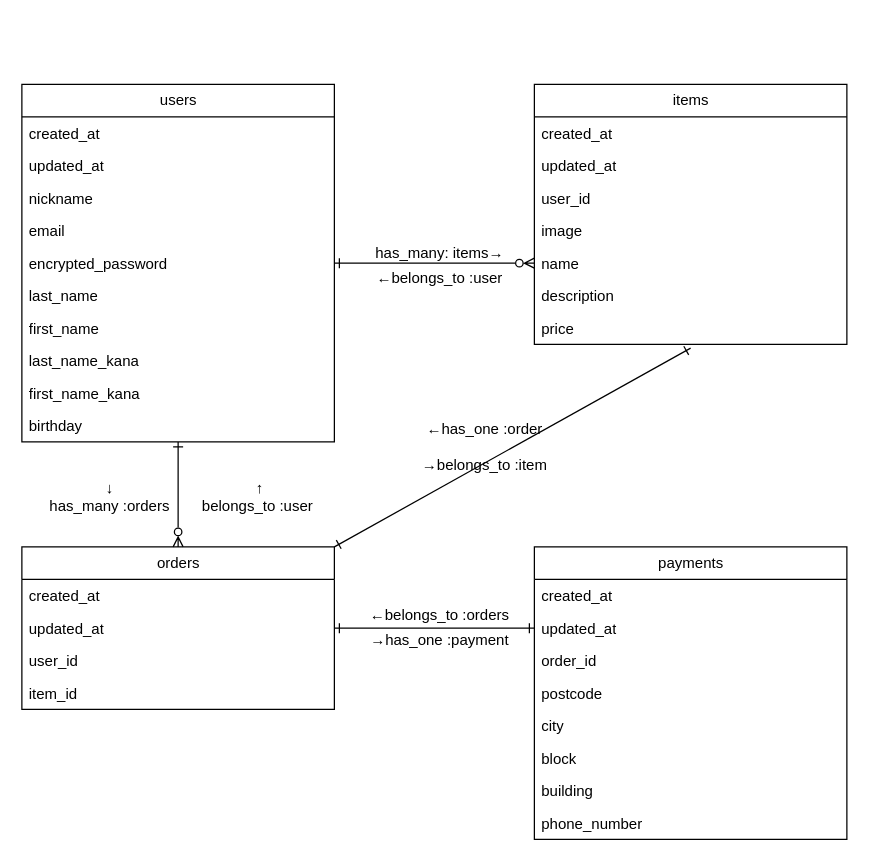
Before: er.dio in ryuseinii/furima-39473, a draw.io diagram. Source tidied: cells renumbered, new cells numbered last; positions are measured from the earlier drawing's top-left corner, leaving out a move shared by most shapes. Both pictures are drawn from the tidied source at 125%, with x=0, y=0 at pixel (21, 84).
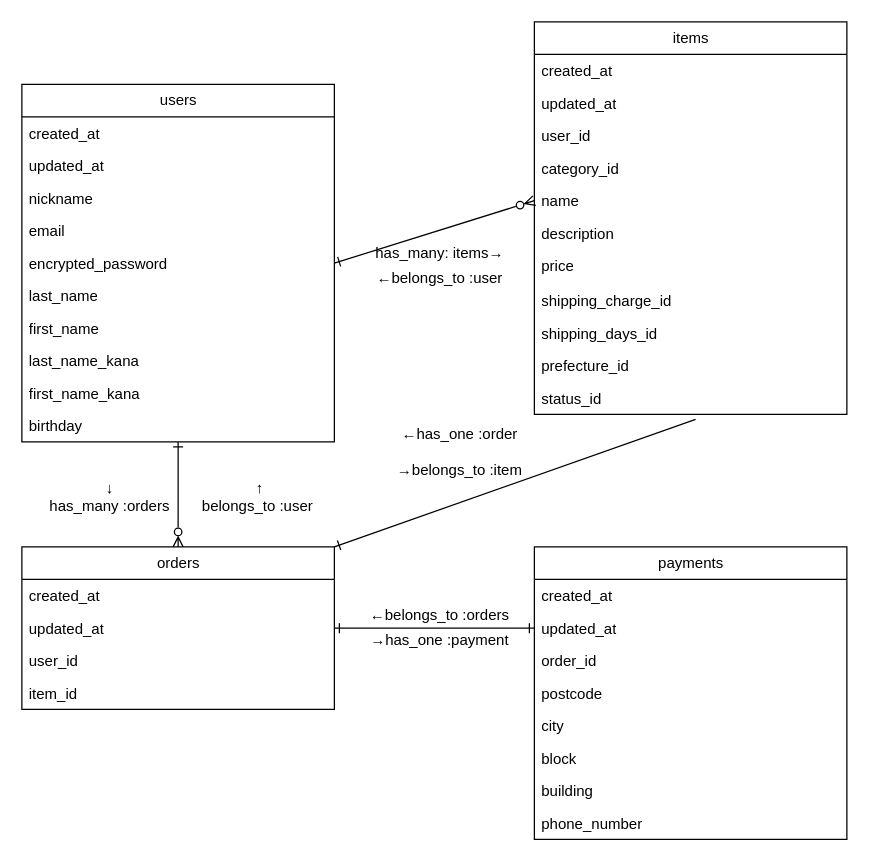
The same diagram, later.

Commit message (it also covers changes not shown here):
データベース設計

指摘内容修正①

Unchanged cells that the change refers to:
```xml
<mxCell id="24" value="orders" style="swimlane;fontStyle=0;horizontal=1;startSize=26;fillColor=none;html=1;" parent="1" vertex="1">
  <mxGeometry y="370" width="250" height="130" as="geometry" />
</mxCell>
```

The edit, as a diff of the source:
```diff
@@
     <mxCell id="14" value="items" style="swimlane;fontStyle=0;horizontal=1;startSize=26;fillColor=none;html=1;" parent="1" vertex="1">
-      <mxGeometry x="410" width="250" height="208" as="geometry" />
+      <mxGeometry x="410" y="-50" width="250" height="314" as="geometry" />
     </mxCell>
@@
-    <mxCell id="18" value="image" style="text;strokeColor=none;fillColor=none;align=left;verticalAlign=top;spacingLeft=4;spacingRight=4;overflow=hidden;whiteSpace=wrap;html=1;" parent="14" vertex="1">
+    <mxCell id="18" value="category_id" style="text;strokeColor=none;fillColor=none;align=left;verticalAlign=top;spacingLeft=4;spacingRight=4;overflow=hidden;whiteSpace=wrap;html=1;" parent="14" vertex="1">
       <mxGeometry y="104" width="250" height="26" as="geometry" />
     </mxCell>
@@
     <mxCell id="21" value="price" style="text;strokeColor=none;fillColor=none;align=left;verticalAlign=top;spacingLeft=4;spacingRight=4;overflow=hidden;points=[[0,0.5],[1,0.5]];portConstraint=eastwest;whiteSpace=wrap;html=1;" parent="14" vertex="1">
-      <mxGeometry y="182" width="250" height="26" as="geometry" />
+      <mxGeometry y="182" width="250" height="28" as="geometry" />
     </mxCell>
+    <mxCell id="46" value="shipping_charge_id" style="text;strokeColor=none;fillColor=none;align=left;verticalAlign=top;spacingLeft=4;spacingRight=4;overflow=hidden;whiteSpace=wrap;html=1;" parent="14" vertex="1">
+      <mxGeometry y="210" width="250" height="26" as="geometry" />
+    </mxCell>
+    <mxCell id="47" value="shipping_days_id" style="text;strokeColor=none;fillColor=none;align=left;verticalAlign=top;spacingLeft=4;spacingRight=4;overflow=hidden;whiteSpace=wrap;html=1;" parent="14" vertex="1">
+      <mxGeometry y="236" width="250" height="26" as="geometry" />
+    </mxCell>
+    <mxCell id="48" value="prefecture_id" style="text;strokeColor=none;fillColor=none;align=left;verticalAlign=top;spacingLeft=4;spacingRight=4;overflow=hidden;whiteSpace=wrap;html=1;" parent="14" vertex="1">
+      <mxGeometry y="262" width="250" height="26" as="geometry" />
+    </mxCell>
+    <mxCell id="49" value="status_id" style="text;strokeColor=none;fillColor=none;align=left;verticalAlign=top;spacingLeft=4;spacingRight=4;overflow=hidden;points=[[0,0.5],[1,0.5]];portConstraint=eastwest;whiteSpace=wrap;html=1;" parent="14" vertex="1">
+      <mxGeometry y="288" width="250" height="26" as="geometry" />
+    </mxCell>
@@
-    <mxCell id="23" style="edgeStyle=none;html=1;exitX=1;exitY=0;exitDx=0;exitDy=0;entryX=0.5;entryY=1.115;entryDx=0;entryDy=0;entryPerimeter=0;startArrow=ERone;startFill=0;endArrow=ERone;endFill=0;" parent="1" edge="1" source="24" target="21">
-      <mxGeometry relative="1" as="geometry" />
-    </mxCell>
@@
     <mxCell id="43" value="←has_one :order&lt;br&gt;&lt;br&gt;→belongs_to :item" style="text;html=1;align=center;verticalAlign=middle;strokeColor=none;fillColor=none;" parent="1" vertex="1">
-      <mxGeometry x="310" y="260" width="120" height="60" as="geometry" />
+      <mxGeometry x="290" y="264" width="120" height="60" as="geometry" />
     </mxCell>
@@
+    <mxCell id="50" style="edgeStyle=none;html=1;exitX=1;exitY=0;exitDx=0;exitDy=0;entryX=0.516;entryY=1.154;entryDx=0;entryDy=0;entryPerimeter=0;startArrow=ERone;startFill=0;endArrow=none;endFill=0;" parent="1" edge="1" source="24" target="49">
+      <mxGeometry relative="1" as="geometry" />
+    </mxCell>
```
